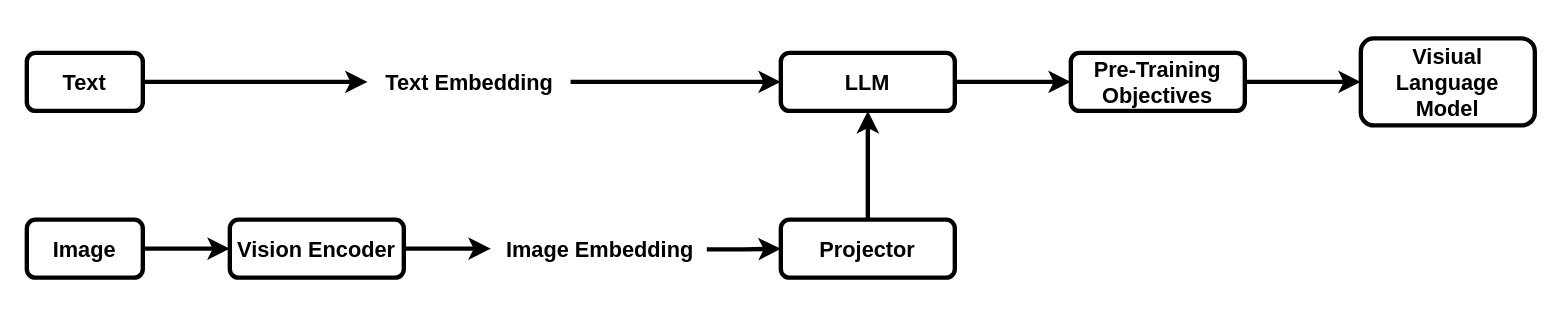
This is paper/bilder/VLM.drawio from EmreMutlu99/Large-Language-Models-in-Human-machine-interaction, a draw.io file, before an edit. Source tidied: cells renumbered, new cells numbered last; positions are measured from the earlier drawing's top-left corner, leaving out a move shared by most shapes. Both pictures are drawn from the tidied source at 145%, with x=0, y=0 at pixel (26, 38).
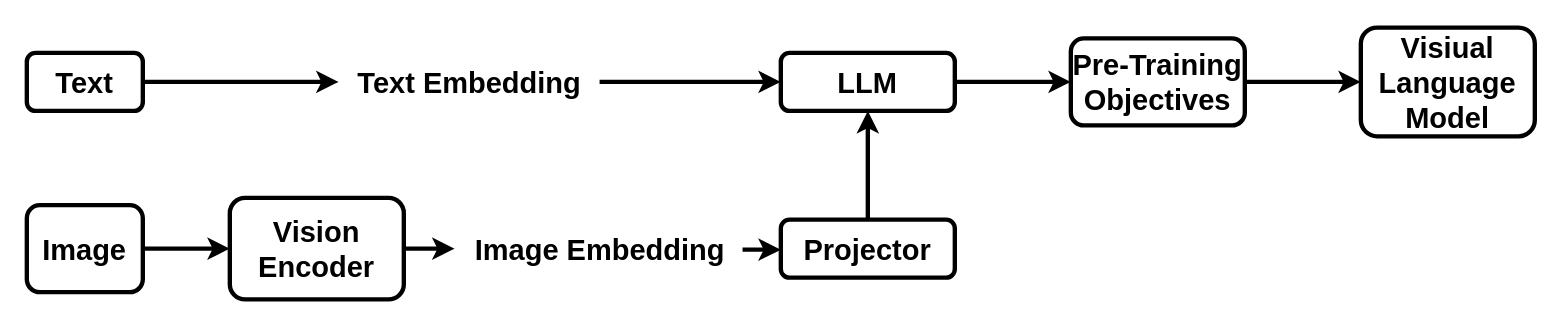
Above is the later version.

Change to the diagram source:
```diff
@@
 <mxGraphModel>
   <root>
     <mxCell id="0" />
     <mxCell id="1" parent="0" />
     <mxCell id="2" style="edgeStyle=orthogonalEdgeStyle;rounded=0;jettySize=auto;html=1;exitX=1;exitY=0.5;exitDx=0;exitDy=0;strokeWidth=3;" parent="1" edge="1" source="3" target="6">
       <mxGeometry relative="1" as="geometry" />
     </mxCell>
-    <mxCell id="3" value="&lt;b&gt;&lt;font style=&quot;font-size: 15px;&quot;&gt;Text&lt;/font&gt;&lt;/b&gt;" style="rounded=1;whiteSpace=wrap;html=1;strokeWidth=3;" parent="1" vertex="1">
+    <mxCell id="3" value="&lt;b&gt;&lt;font style=&quot;font-size: 20px;&quot;&gt;Text&lt;/font&gt;&lt;/b&gt;" style="rounded=1;whiteSpace=wrap;html=1;strokeWidth=3;" parent="1" vertex="1">
       <mxGeometry y="10" width="80" height="40" as="geometry" />
     </mxCell>
     <mxCell id="4" style="edgeStyle=orthogonalEdgeStyle;rounded=0;jettySize=auto;html=1;exitX=1;exitY=0.5;exitDx=0;exitDy=0;strokeWidth=3;entryX=0;entryY=0.5;entryDx=0;entryDy=0;" parent="1" edge="1" source="5" target="8">
       <mxGeometry relative="1" as="geometry" />
     </mxCell>
-    <mxCell id="5" value="&lt;b&gt;&lt;font style=&quot;font-size: 15px;&quot;&gt;Image&lt;/font&gt;&lt;/b&gt;" style="rounded=1;whiteSpace=wrap;html=1;strokeWidth=3;" parent="1" vertex="1">
-      <mxGeometry y="125" width="80" height="40" as="geometry" />
+    <mxCell id="5" value="&lt;b&gt;&lt;font style=&quot;font-size: 20px;&quot;&gt;Image&lt;/font&gt;&lt;/b&gt;" style="rounded=1;whiteSpace=wrap;html=1;strokeWidth=3;" parent="1" vertex="1">
+      <mxGeometry y="115" width="80" height="60" as="geometry" />
     </mxCell>
-    <mxCell id="6" value="&lt;font style=&quot;font-size: 15px;&quot;&gt;&lt;b&gt;Text Embedding&lt;/b&gt;&lt;/font&gt;" style="text;html=1;align=center;verticalAlign=middle;points=[];strokeColor=none;fillColor=none;strokeWidth=3;" parent="1" vertex="1">
-      <mxGeometry x="235" y="15" width="140" height="30" as="geometry" />
+    <mxCell id="6" value="&lt;font style=&quot;font-size: 20px;&quot;&gt;&lt;b style=&quot;&quot;&gt;Text Embedding&lt;/b&gt;&lt;/font&gt;" style="text;html=1;align=center;verticalAlign=middle;points=[];strokeColor=none;fillColor=none;strokeWidth=3;" parent="1" vertex="1">
+      <mxGeometry x="215" y="10" width="180" height="40" as="geometry" />
     </mxCell>
     <mxCell id="7" style="edgeStyle=orthogonalEdgeStyle;rounded=0;jettySize=auto;html=1;exitX=1;exitY=0.5;exitDx=0;exitDy=0;strokeWidth=3;" parent="1" edge="1" source="8" target="9">
       <mxGeometry relative="1" as="geometry" />
     </mxCell>
-    <mxCell id="8" value="&lt;b&gt;&lt;font style=&quot;font-size: 15px;&quot;&gt;Vision Encoder&lt;/font&gt;&lt;/b&gt;" style="rounded=1;whiteSpace=wrap;html=1;strokeWidth=3;" parent="1" vertex="1">
-      <mxGeometry x="140" y="125" width="120" height="40" as="geometry" />
+    <mxCell id="8" value="&lt;b&gt;&lt;font style=&quot;font-size: 20px;&quot;&gt;Vision Encoder&lt;/font&gt;&lt;/b&gt;" style="rounded=1;whiteSpace=wrap;html=1;strokeWidth=3;" parent="1" vertex="1">
+      <mxGeometry x="140" y="110" width="120" height="70" as="geometry" />
     </mxCell>
-    <mxCell id="9" value="&lt;font style=&quot;font-size: 15px;&quot;&gt;&lt;b&gt;Image Embedding&lt;/b&gt;&lt;/font&gt;" style="text;html=1;align=center;verticalAlign=middle;points=[];strokeColor=none;fillColor=none;strokeWidth=3;" parent="1" vertex="1">
-      <mxGeometry x="320" y="130" width="150" height="30" as="geometry" />
+    <mxCell id="9" value="&lt;font style=&quot;font-size: 20px;&quot;&gt;&lt;b style=&quot;&quot;&gt;Image Embedding&lt;/b&gt;&lt;/font&gt;" style="text;html=1;align=center;verticalAlign=middle;points=[];strokeColor=none;fillColor=none;strokeWidth=3;" parent="1" vertex="1">
+      <mxGeometry x="295" y="125" width="200" height="40" as="geometry" />
     </mxCell>
     <mxCell id="10" style="edgeStyle=orthogonalEdgeStyle;rounded=0;jettySize=auto;html=1;exitX=0.5;exitY=0;exitDx=0;exitDy=0;entryX=0.5;entryY=1;entryDx=0;entryDy=0;strokeWidth=3;" parent="1" edge="1" source="11" target="14">
       <mxGeometry relative="1" as="geometry" />
     </mxCell>
-    <mxCell id="11" value="&lt;b&gt;&lt;font style=&quot;font-size: 15px;&quot;&gt;Projector&lt;/font&gt;&lt;/b&gt;" style="rounded=1;whiteSpace=wrap;html=1;strokeWidth=3;" parent="1" vertex="1">
+    <mxCell id="11" value="&lt;b&gt;&lt;font style=&quot;font-size: 20px;&quot;&gt;Projector&lt;/font&gt;&lt;/b&gt;" style="rounded=1;whiteSpace=wrap;html=1;strokeWidth=3;" parent="1" vertex="1">
       <mxGeometry x="520" y="125" width="120" height="40" as="geometry" />
     </mxCell>
     <mxCell id="12" style="edgeStyle=orthogonalEdgeStyle;rounded=0;jettySize=auto;html=1;exitX=0.993;exitY=0.517;exitDx=0;exitDy=0;strokeWidth=3;exitPerimeter=0;entryX=0;entryY=0.5;entryDx=0;entryDy=0;" parent="1" edge="1" source="9" target="11">
       <mxGeometry relative="1" as="geometry" />
     </mxCell>
     <mxCell id="13" style="edgeStyle=orthogonalEdgeStyle;rounded=0;jettySize=auto;html=1;exitX=1;exitY=0.5;exitDx=0;exitDy=0;strokeWidth=3;entryX=0;entryY=0.5;entryDx=0;entryDy=0;" parent="1" edge="1" source="14" target="17">
       <mxGeometry relative="1" as="geometry" />
     </mxCell>
-    <mxCell id="14" value="&lt;b&gt;&lt;font style=&quot;font-size: 15px;&quot;&gt;LLM&lt;/font&gt;&lt;/b&gt;" style="rounded=1;whiteSpace=wrap;html=1;strokeWidth=3;" parent="1" vertex="1">
+    <mxCell id="14" value="&lt;b&gt;&lt;font style=&quot;font-size: 20px;&quot;&gt;LLM&lt;/font&gt;&lt;/b&gt;" style="rounded=1;whiteSpace=wrap;html=1;strokeWidth=3;" parent="1" vertex="1">
       <mxGeometry x="520" y="10" width="120" height="40" as="geometry" />
     </mxCell>
     <mxCell id="15" style="edgeStyle=orthogonalEdgeStyle;rounded=0;jettySize=auto;html=1;entryX=0;entryY=0.5;entryDx=0;entryDy=0;strokeWidth=3;" parent="1" edge="1" source="6" target="14">
       <mxGeometry relative="1" as="geometry" />
     </mxCell>
     <mxCell id="16" style="edgeStyle=orthogonalEdgeStyle;rounded=0;jettySize=auto;html=1;exitX=1;exitY=0.5;exitDx=0;exitDy=0;entryX=0;entryY=0.5;entryDx=0;entryDy=0;strokeWidth=3;" parent="1" edge="1" source="17" target="18">
       <mxGeometry relative="1" as="geometry" />
     </mxCell>
-    <mxCell id="17" value="&lt;b&gt;&lt;font style=&quot;font-size: 15px;&quot;&gt;Pre-Training Objectives&lt;/font&gt;&lt;/b&gt;" style="rounded=1;whiteSpace=wrap;html=1;strokeWidth=3;" parent="1" vertex="1">
-      <mxGeometry x="720" y="10" width="120" height="40" as="geometry" />
+    <mxCell id="17" value="&lt;b&gt;&lt;font style=&quot;font-size: 20px;&quot;&gt;Pre-Training Objectives&lt;/font&gt;&lt;/b&gt;" style="rounded=1;whiteSpace=wrap;html=1;strokeWidth=3;" parent="1" vertex="1">
+      <mxGeometry x="720" width="120" height="60" as="geometry" />
     </mxCell>
-    <mxCell id="18" value="&lt;b&gt;&lt;font style=&quot;font-size: 15px;&quot;&gt;Visiual Language Model&lt;/font&gt;&lt;/b&gt;" style="rounded=1;whiteSpace=wrap;html=1;strokeWidth=3;" parent="1" vertex="1">
-      <mxGeometry x="920" width="120" height="60" as="geometry" />
+    <mxCell id="18" value="&lt;b&gt;&lt;font style=&quot;font-size: 20px;&quot;&gt;Visiual Language Model&lt;/font&gt;&lt;/b&gt;" style="rounded=1;whiteSpace=wrap;html=1;strokeWidth=3;" parent="1" vertex="1">
+      <mxGeometry x="920" y="-7.5" width="120" height="75" as="geometry" />
     </mxCell>
   </root>
 </mxGraphModel>
```
